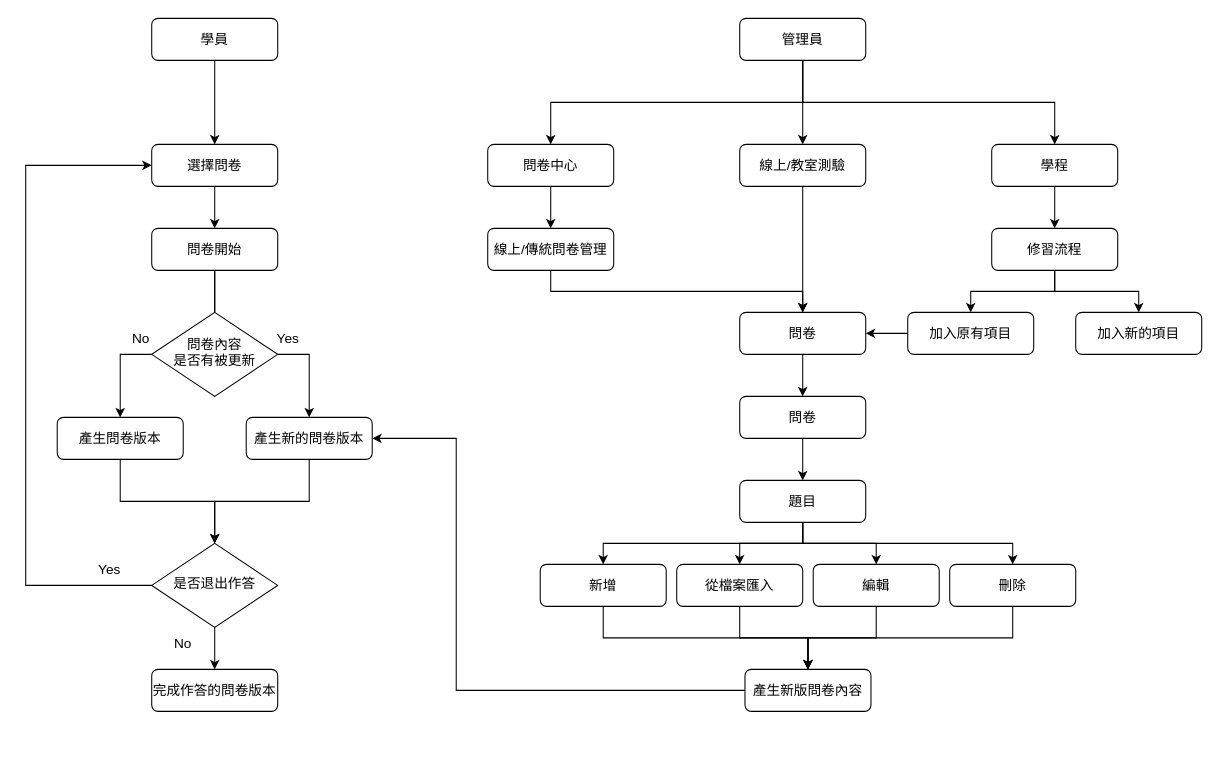
Above: page "第4頁" (4 of 4) of 未命名圖表.drawio in zs6184/test (draw.io), before the change. Source tidied: cells renumbered, new cells numbered last; positions are measured from the earlier drawing's top-left corner, leaving out a move shared by most shapes. Both pictures are drawn from the tidied source at 105%, with x=0, y=0 at pixel (25, 18).
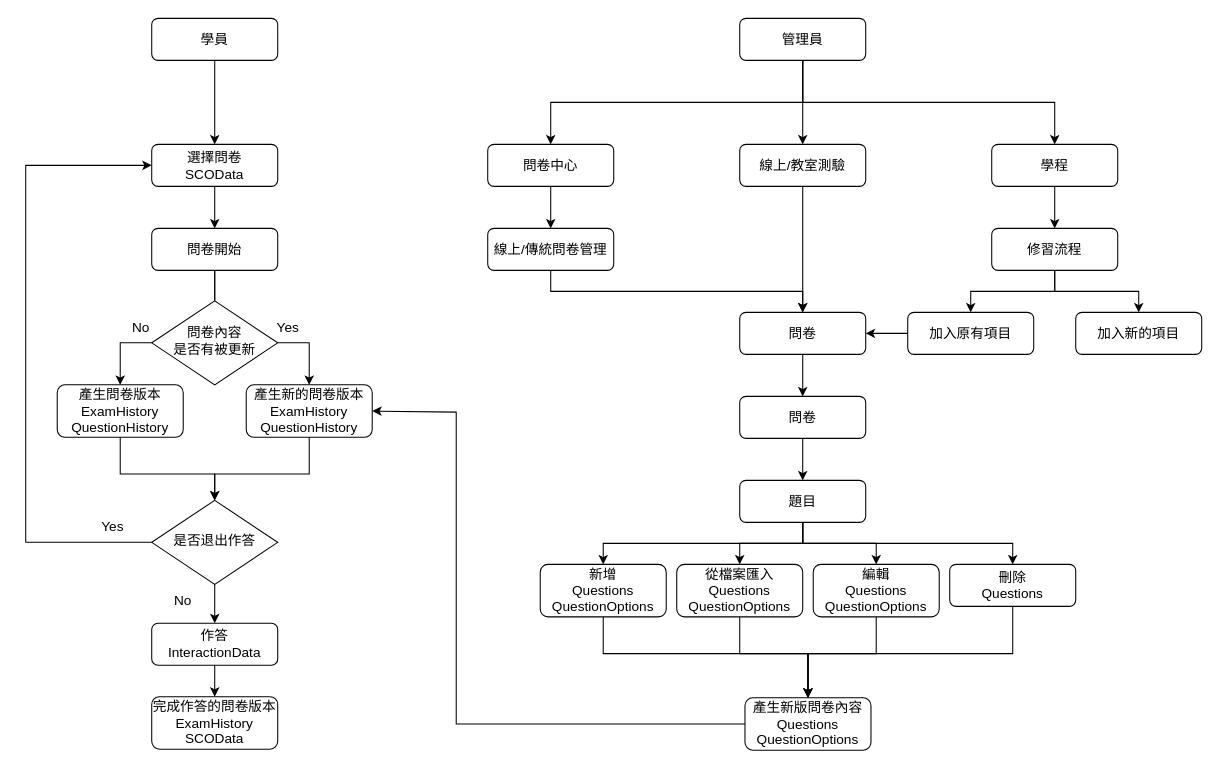
The same diagram, later.

The edit, as a diff of the source:
```diff
@@
-    <mxCell id="4" value="產生新版問卷內容" style="rounded=1;whiteSpace=wrap;html=1;fontSize=13;" parent="1" vertex="1">
-      <mxGeometry x="685" y="620" width="120" height="40" as="geometry" />
+    <mxCell id="4" value="產生新版問卷內容&lt;br&gt;Questions&lt;br&gt;QuestionOptions" style="rounded=1;whiteSpace=wrap;html=1;fontSize=13;" parent="1" vertex="1">
+      <mxGeometry x="685" y="647" width="120" height="50" as="geometry" />
     </mxCell>
@@
-    <mxCell id="12" value="刪除" style="rounded=1;whiteSpace=wrap;html=1;fontSize=13;" parent="1" vertex="1">
+    <mxCell id="12" value="刪除&lt;br&gt;Questions" style="rounded=1;whiteSpace=wrap;html=1;fontSize=13;" parent="1" vertex="1">
       <mxGeometry x="880" y="520" width="120" height="40" as="geometry" />
     </mxCell>
-    <mxCell id="13" value="編輯" style="rounded=1;whiteSpace=wrap;html=1;fontSize=13;" parent="1" vertex="1">
-      <mxGeometry x="750" y="520" width="120" height="40" as="geometry" />
+    <mxCell id="13" value="編輯&lt;br&gt;Questions&lt;br&gt;QuestionOptions" style="rounded=1;whiteSpace=wrap;html=1;fontSize=13;" parent="1" vertex="1">
+      <mxGeometry x="750" y="520" width="120" height="50" as="geometry" />
     </mxCell>
-    <mxCell id="14" value="從檔案匯入" style="rounded=1;whiteSpace=wrap;html=1;fontSize=13;" parent="1" vertex="1">
-      <mxGeometry x="620" y="520" width="120" height="40" as="geometry" />
+    <mxCell id="14" value="從檔案匯入&lt;br&gt;Questions&lt;br&gt;QuestionOptions" style="rounded=1;whiteSpace=wrap;html=1;fontSize=13;" parent="1" vertex="1">
+      <mxGeometry x="620" y="520" width="120" height="50" as="geometry" />
     </mxCell>
-    <mxCell id="15" value="新增" style="rounded=1;whiteSpace=wrap;html=1;fontSize=13;" parent="1" vertex="1">
-      <mxGeometry x="490" y="520" width="120" height="40" as="geometry" />
+    <mxCell id="15" value="新增&lt;br&gt;Questions&lt;br&gt;QuestionOptions" style="rounded=1;whiteSpace=wrap;html=1;fontSize=13;" parent="1" vertex="1">
+      <mxGeometry x="490" y="520" width="120" height="50" as="geometry" />
     </mxCell>
@@
     <mxCell id="21" style="edgeStyle=elbowEdgeStyle;elbow=vertical;endArrow=classic;html=1;rounded=0;exitX=0.5;exitY=1;exitDx=0;exitDy=0;entryX=0.5;entryY=0;entryDx=0;entryDy=0;" parent="1" edge="1" source="15" target="4">
-      <mxGeometry relative="1" as="geometry" />
+      <mxGeometry relative="1" as="geometry">
+        <Array as="points">
+          <mxPoint x="643" y="605" />
+        </Array>
+      </mxGeometry>
     </mxCell>
     <mxCell id="22" style="edgeStyle=elbowEdgeStyle;elbow=vertical;endArrow=classic;html=1;rounded=0;exitX=0.5;exitY=1;exitDx=0;exitDy=0;entryX=0.5;entryY=0;entryDx=0;entryDy=0;" parent="1" edge="1" source="14" target="4">
-      <mxGeometry relative="1" as="geometry" />
+      <mxGeometry relative="1" as="geometry">
+        <Array as="points">
+          <mxPoint x="703" y="605" />
+        </Array>
+      </mxGeometry>
     </mxCell>
     <mxCell id="23" style="edgeStyle=elbowEdgeStyle;elbow=vertical;endArrow=classic;html=1;rounded=0;exitX=0.5;exitY=1;exitDx=0;exitDy=0;entryX=0.5;entryY=0;entryDx=0;entryDy=0;" parent="1" edge="1" source="13" target="4">
-      <mxGeometry relative="1" as="geometry" />
+      <mxGeometry relative="1" as="geometry">
+        <Array as="points">
+          <mxPoint x="783" y="605" />
+        </Array>
+      </mxGeometry>
     </mxCell>
     <mxCell id="24" style="edgeStyle=elbowEdgeStyle;elbow=vertical;endArrow=classic;html=1;rounded=0;exitX=0.5;exitY=1;exitDx=0;exitDy=0;entryX=0.5;entryY=0;entryDx=0;entryDy=0;" parent="1" edge="1" source="12" target="4">
-      <mxGeometry relative="1" as="geometry" />
+      <mxGeometry relative="1" as="geometry">
+        <Array as="points">
+          <mxPoint x="863" y="605" />
+          <mxPoint x="863" y="615" />
+          <mxPoint x="863" y="595" />
+          <mxPoint x="853" y="605" />
+        </Array>
+      </mxGeometry>
     </mxCell>
@@
-    <mxCell id="38" value="產生問卷版本" style="rounded=1;whiteSpace=wrap;html=1;fontSize=13;" parent="1" vertex="1">
-      <mxGeometry x="30" y="380" width="120" height="40" as="geometry" />
+    <mxCell id="38" value="產生問卷版本&lt;br&gt;ExamHistory&lt;br&gt;QuestionHistory" style="rounded=1;whiteSpace=wrap;html=1;fontSize=13;" parent="1" vertex="1">
+      <mxGeometry x="30" y="349" width="120" height="50" as="geometry" />
     </mxCell>
-    <mxCell id="39" value="選擇問卷" style="rounded=1;whiteSpace=wrap;html=1;fontSize=13;" parent="1" vertex="1">
+    <mxCell id="39" value="選擇問卷&lt;br&gt;SCOData" style="rounded=1;whiteSpace=wrap;html=1;fontSize=13;" parent="1" vertex="1">
       <mxGeometry x="120" y="120" width="120" height="40" as="geometry" />
     </mxCell>
@@
     <mxCell id="44" style="edgeStyle=elbowEdgeStyle;elbow=vertical;endArrow=classic;html=1;rounded=0;exitX=0;exitY=0.5;exitDx=0;exitDy=0;entryX=0.5;entryY=0;entryDx=0;entryDy=0;startArrow=none;" parent="1" edge="1" source="56" target="38">
       <mxGeometry relative="1" as="geometry">
         <Array as="points">
-          <mxPoint x="140" y="320" />
-          <mxPoint x="180" y="260" />
-          <mxPoint x="290" y="720" />
+          <mxPoint x="140" y="309" />
+          <mxPoint x="180" y="249" />
+          <mxPoint x="290" y="709" />
         </Array>
       </mxGeometry>
     </mxCell>
-    <mxCell id="45" value="完成作答的問卷版本" style="rounded=1;whiteSpace=wrap;html=1;fontSize=13;" parent="1" vertex="1">
-      <mxGeometry x="120" y="620" width="120" height="40" as="geometry" />
+    <mxCell id="45" value="完成作答的問卷版本&lt;br&gt;ExamHistory&lt;br&gt;SCOData" style="rounded=1;whiteSpace=wrap;html=1;fontSize=13;" parent="1" vertex="1">
+      <mxGeometry x="120" y="646" width="120" height="50" as="geometry" />
     </mxCell>
     <mxCell id="46" value="No" style="text;html=1;strokeColor=none;fillColor=none;align=center;verticalAlign=middle;whiteSpace=wrap;rounded=0;fontSize=13;" parent="1" vertex="1">
-      <mxGeometry x="120" y="580" width="60" height="30" as="geometry" />
+      <mxGeometry x="120" y="539" width="60" height="30" as="geometry" />
     </mxCell>
     <mxCell id="47" value="是否退出作答" style="rhombus;whiteSpace=wrap;html=1;shadow=0;fontFamily=Helvetica;fontSize=13;align=center;strokeWidth=1;spacing=6;spacingTop=-4;" parent="1" vertex="1">
-      <mxGeometry x="120" y="500" width="120" height="80" as="geometry" />
+      <mxGeometry x="120" y="459" width="120" height="80" as="geometry" />
     </mxCell>
     <mxCell id="48" style="edgeStyle=elbowEdgeStyle;elbow=vertical;endArrow=classic;html=1;rounded=0;exitX=0.5;exitY=1;exitDx=0;exitDy=0;entryX=0.5;entryY=0;entryDx=0;entryDy=0;" parent="1" edge="1" source="38" target="47">
       <mxGeometry relative="1" as="geometry">
         <Array as="points">
-          <mxPoint x="140" y="460" />
-          <mxPoint x="140" y="500" />
-          <mxPoint x="140" y="480" />
-          <mxPoint x="150" y="360" />
-          <mxPoint x="210" y="365" />
-          <mxPoint x="320" y="825" />
+          <mxPoint x="143" y="434" />
+          <mxPoint x="140" y="449" />
+          <mxPoint x="140" y="489" />
+          <mxPoint x="140" y="469" />
+          <mxPoint x="150" y="349" />
+          <mxPoint x="210" y="354" />
+          <mxPoint x="320" y="814" />
         </Array>
       </mxGeometry>
     </mxCell>
     <mxCell id="49" value="Yes" style="text;html=1;strokeColor=none;fillColor=none;align=center;verticalAlign=middle;whiteSpace=wrap;rounded=0;fontSize=13;" parent="1" vertex="1">
-      <mxGeometry x="50" y="510" width="60" height="30" as="geometry" />
+      <mxGeometry x="53" y="469" width="60" height="30" as="geometry" />
     </mxCell>
@@
-    <mxCell id="51" value="產生新的問卷版本" style="rounded=1;whiteSpace=wrap;html=1;fontSize=13;" parent="1" vertex="1">
-      <mxGeometry x="210" y="380" width="120" height="40" as="geometry" />
+    <mxCell id="51" value="產生新的問卷版本&lt;br&gt;ExamHistory&lt;br&gt;QuestionHistory" style="rounded=1;whiteSpace=wrap;html=1;fontSize=13;" parent="1" vertex="1">
+      <mxGeometry x="210" y="349" width="120" height="50" as="geometry" />
     </mxCell>
     <mxCell id="52" style="edgeStyle=elbowEdgeStyle;elbow=vertical;endArrow=classic;html=1;rounded=0;exitX=1;exitY=0.5;exitDx=0;exitDy=0;entryX=0.5;entryY=0;entryDx=0;entryDy=0;startArrow=none;" parent="1" edge="1" source="56" target="51">
       <mxGeometry relative="1" as="geometry">
         <Array as="points">
-          <mxPoint x="210" y="320" />
-          <mxPoint x="200" y="260" />
-          <mxPoint x="190" y="270" />
-          <mxPoint x="300" y="730" />
+          <mxPoint x="210" y="309" />
+          <mxPoint x="200" y="249" />
+          <mxPoint x="190" y="259" />
+          <mxPoint x="300" y="719" />
         </Array>
       </mxGeometry>
     </mxCell>
     <mxCell id="53" style="edgeStyle=elbowEdgeStyle;elbow=vertical;endArrow=classic;html=1;rounded=0;exitX=0.5;exitY=1;exitDx=0;exitDy=0;entryX=0.5;entryY=0;entryDx=0;entryDy=0;" parent="1" edge="1" source="51" target="47">
       <mxGeometry relative="1" as="geometry">
         <Array as="points">
-          <mxPoint x="250" y="460" />
-          <mxPoint x="250" y="500" />
-          <mxPoint x="230" y="510" />
-          <mxPoint x="210" y="480" />
-          <mxPoint x="200" y="360" />
-          <mxPoint x="220" y="375" />
-          <mxPoint x="330" y="835" />
+          <mxPoint x="243" y="434" />
+          <mxPoint x="250" y="449" />
+          <mxPoint x="250" y="489" />
+          <mxPoint x="230" y="499" />
+          <mxPoint x="210" y="469" />
+          <mxPoint x="200" y="349" />
+          <mxPoint x="220" y="364" />
+          <mxPoint x="330" y="824" />
         </Array>
       </mxGeometry>
     </mxCell>
-    <mxCell id="54" style="edgeStyle=segmentEdgeStyle;endArrow=classic;html=1;rounded=0;exitX=0.5;exitY=1;exitDx=0;exitDy=0;entryX=0.5;entryY=0;entryDx=0;entryDy=0;" parent="1" edge="1" source="47" target="45">
+    <mxCell id="54" style="edgeStyle=segmentEdgeStyle;endArrow=classic;html=1;rounded=0;exitX=0.5;exitY=1;exitDx=0;exitDy=0;entryX=0.5;entryY=0;entryDx=0;entryDy=0;" parent="1" edge="1" source="47" target="61">
       <mxGeometry relative="1" as="geometry" />
     </mxCell>
@@
     <mxCell id="56" value="問卷內容&lt;br&gt;是否有被更新" style="rhombus;whiteSpace=wrap;html=1;shadow=0;fontFamily=Helvetica;fontSize=13;align=center;strokeWidth=1;spacing=6;spacingTop=-4;" parent="1" vertex="1">
-      <mxGeometry x="120" y="280" width="120" height="80" as="geometry" />
+      <mxGeometry x="120" y="269" width="120" height="80" as="geometry" />
     </mxCell>
@@
     <mxCell id="58" value="Yes" style="text;html=1;strokeColor=none;fillColor=none;align=center;verticalAlign=middle;whiteSpace=wrap;rounded=0;fontSize=13;" parent="1" vertex="1">
-      <mxGeometry x="220" y="290" width="60" height="30" as="geometry" />
+      <mxGeometry x="220" y="279" width="60" height="30" as="geometry" />
     </mxCell>
     <mxCell id="59" value="No" style="text;html=1;strokeColor=none;fillColor=none;align=center;verticalAlign=middle;whiteSpace=wrap;rounded=0;fontSize=13;" parent="1" vertex="1">
-      <mxGeometry x="80" y="290" width="60" height="30" as="geometry" />
+      <mxGeometry x="80" y="279" width="60" height="30" as="geometry" />
     </mxCell>
     <mxCell id="60" style="edgeStyle=segmentEdgeStyle;endArrow=classic;html=1;rounded=0;entryX=1;entryY=0.5;entryDx=0;entryDy=0;exitX=0;exitY=0.5;exitDx=0;exitDy=0;" parent="1" edge="1" source="4" target="51">
       <mxGeometry relative="1" as="geometry">
         <Array as="points">
-          <mxPoint x="410" y="640" />
-          <mxPoint x="410" y="400" />
+          <mxPoint x="410" y="672" />
+          <mxPoint x="410" y="375" />
         </Array>
       </mxGeometry>
     </mxCell>
+    <mxCell id="61" value="作答&lt;br&gt;InteractionData" style="rounded=1;whiteSpace=wrap;html=1;fontSize=13;" parent="1" vertex="1">
+      <mxGeometry x="120" y="576" width="120" height="40" as="geometry" />
+    </mxCell>
+    <mxCell id="62" style="edgeStyle=segmentEdgeStyle;endArrow=classic;html=1;rounded=0;exitX=0.5;exitY=1;exitDx=0;exitDy=0;entryX=0.5;entryY=0;entryDx=0;entryDy=0;" parent="1" edge="1" source="61" target="45">
+      <mxGeometry relative="1" as="geometry" />
+    </mxCell>
```
